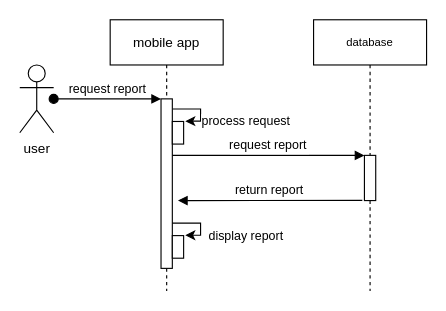
Earlier version of the draw.io diagram Diagrams/sequential diagram8.drawio (rafaelandrepedro/embebidos2122). Source tidied: cells renumbered, new cells numbered last; positions are measured from the earlier drawing's top-left corner, leaving out a move shared by most shapes. Both pictures are drawn from the tidied source at 113%, with x=0, y=0 at pixel (19, 19).
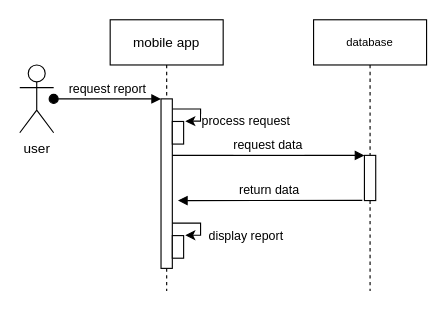
The same diagram, later.

What changed in the source:
```diff
@@
 <mxGraphModel>
   <root>
     <mxCell id="0" />
     <mxCell id="1" parent="0" />
     <mxCell id="2" value="mobile app" style="shape=umlLifeline;perimeter=lifelinePerimeter;rounded=0;shadow=0;strokeWidth=1;" parent="1" vertex="1">
       <mxGeometry x="80" width="100" height="240" as="geometry" />
     </mxCell>
     <mxCell id="3" value="process request" style="edgeStyle=orthogonalEdgeStyle;rounded=0;jettySize=auto;html=1;entryX=1.143;entryY=-0.014;entryDx=0;entryDy=0;entryPerimeter=0;" parent="2" edge="1" source="4" target="5">
       <mxGeometry x="0.45" y="40" relative="1" as="geometry">
         <Array as="points">
           <mxPoint x="80" y="79" />
           <mxPoint x="80" y="90" />
         </Array>
         <mxPoint x="40" y="-40" as="offset" />
       </mxGeometry>
     </mxCell>
     <mxCell id="4" style="points=[];perimeter=orthogonalPerimeter;rounded=0;shadow=0;strokeWidth=1;" parent="2" vertex="1">
       <mxGeometry x="45" y="70" width="10" height="150" as="geometry" />
     </mxCell>
     <mxCell id="5" style="points=[];perimeter=orthogonalPerimeter;rounded=0;shadow=0;strokeWidth=1;" parent="2" vertex="1">
       <mxGeometry x="55" y="90" width="10" height="20" as="geometry" />
     </mxCell>
     <mxCell id="6" value="display report" style="edgeStyle=orthogonalEdgeStyle;rounded=0;jettySize=auto;html=1;entryX=1.143;entryY=-0.014;entryDx=0;entryDy=0;entryPerimeter=0;" parent="2" edge="1" target="7">
       <mxGeometry x="0.45" y="40" relative="1" as="geometry">
         <mxPoint x="55" y="180" as="sourcePoint" />
         <Array as="points">
           <mxPoint x="80" y="180" />
           <mxPoint x="80" y="191" />
         </Array>
         <mxPoint x="40" y="-40" as="offset" />
       </mxGeometry>
     </mxCell>
     <mxCell id="7" style="points=[];perimeter=orthogonalPerimeter;rounded=0;shadow=0;strokeWidth=1;" parent="2" vertex="1">
       <mxGeometry x="55" y="191" width="10" height="20" as="geometry" />
     </mxCell>
     <mxCell id="8" value="database" style="shape=umlLifeline;perimeter=lifelinePerimeter;rounded=0;shadow=0;strokeWidth=1;fontSize=10;" parent="1" vertex="1">
       <mxGeometry x="260" width="100" height="240" as="geometry" />
     </mxCell>
     <mxCell id="9" style="points=[];perimeter=orthogonalPerimeter;rounded=0;shadow=0;strokeWidth=1;" parent="8" vertex="1">
       <mxGeometry x="45" y="120" width="10" height="40" as="geometry" />
     </mxCell>
-    <mxCell id="10" value="request report" style="verticalAlign=bottom;endArrow=block;entryX=0;entryY=0;shadow=0;strokeWidth=1;" parent="1" edge="1" target="9">
+    <mxCell id="10" value="request data" style="verticalAlign=bottom;endArrow=block;entryX=0;entryY=0;shadow=0;strokeWidth=1;" parent="1" edge="1" target="9">
       <mxGeometry relative="1" as="geometry">
         <mxPoint x="135" y="120" as="sourcePoint" />
       </mxGeometry>
     </mxCell>
     <mxCell id="11" value="user" style="shape=umlActor;verticalLabelPosition=bottom;verticalAlign=top;html=1;outlineConnect=0;" parent="1" vertex="1">
       <mxGeometry y="40" width="30" height="60" as="geometry" />
     </mxCell>
     <mxCell id="12" value="request report" style="verticalAlign=bottom;startArrow=oval;endArrow=block;startSize=8;shadow=0;strokeWidth=1;" parent="1" edge="1" source="11" target="4">
       <mxGeometry relative="1" as="geometry" />
     </mxCell>
-    <mxCell id="13" value="return report" style="verticalAlign=bottom;endArrow=block;shadow=0;strokeWidth=1;exitX=-0.186;exitY=0.997;exitDx=0;exitDy=0;exitPerimeter=0;" parent="1" edge="1" source="9">
+    <mxCell id="13" value="return data" style="verticalAlign=bottom;endArrow=block;shadow=0;strokeWidth=1;exitX=-0.186;exitY=0.997;exitDx=0;exitDy=0;exitPerimeter=0;" parent="1" edge="1" source="9">
       <mxGeometry relative="1" as="geometry">
         <mxPoint x="140" y="160" as="targetPoint" />
       </mxGeometry>
     </mxCell>
   </root>
 </mxGraphModel>
```
